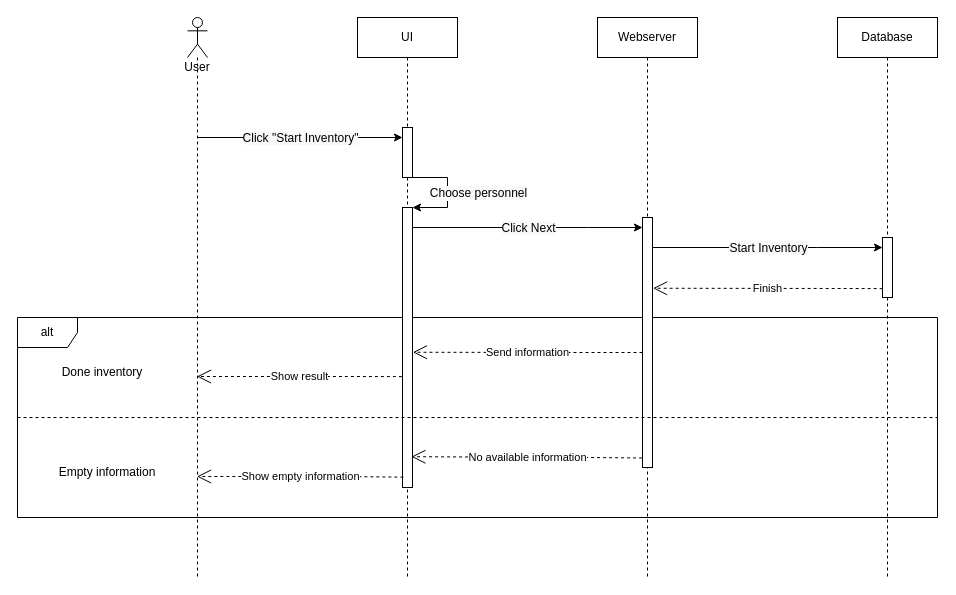
Above: page "SD-Inventory" (6 of 10) of docs/diagrams/Class Diagram.drawio in PhungThanhTu/assets-management-system (draw.io), before the change. Source tidied: cells renumbered, new cells numbered last; positions are measured from the earlier drawing's top-left corner, leaving out a move shared by most shapes. Both pictures are drawn from the tidied source at 100%, with x=0, y=0 at pixel (17, 17).
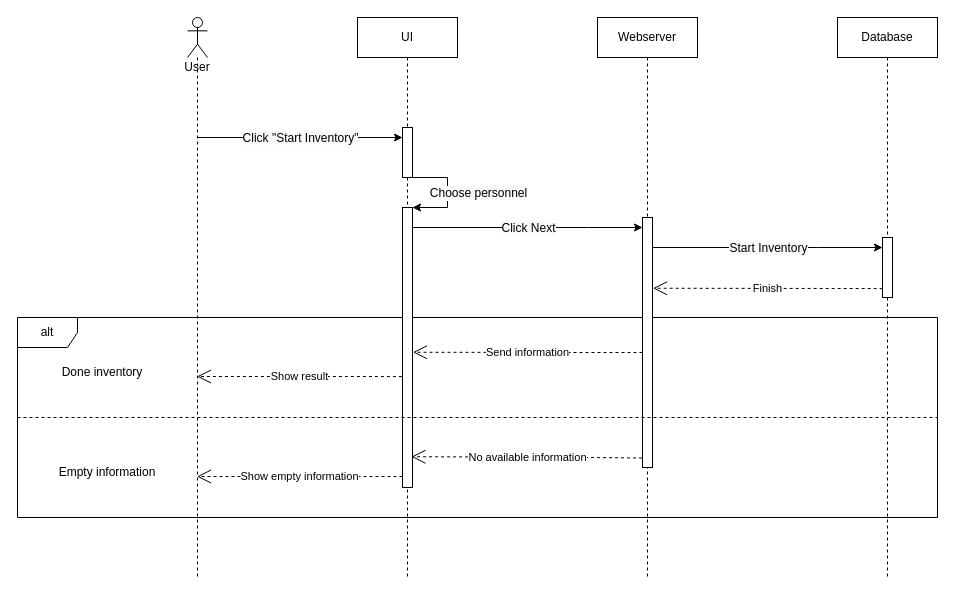
The same diagram, later.

Unchanged cells that the change refers to:
```xml
<mxCell id="8" style="html=1;points=[];perimeter=orthogonalPerimeter;" parent="6" vertex="1">
  <mxGeometry x="45" y="190" width="10" height="280" as="geometry" />
</mxCell>
```

Change to the diagram source:
```diff
@@
-    <mxCell id="17" value="Show empty information" style="endArrow=open;endSize=12;dashed=1;html=1;rounded=0;exitX=0.086;exitY=0.963;exitDx=0;exitDy=0;exitPerimeter=0;" parent="1" edge="1" source="8">
+    <mxCell id="17" value="Show empty information" style="endArrow=open;endSize=12;dashed=1;html=1;rounded=0;" parent="1" edge="1" source="8">
       <mxGeometry relative="1" as="geometry">
         <mxPoint x="179.5" y="459" as="targetPoint" />
         <Array as="points">
           <mxPoint x="321" y="459" />
         </Array>
       </mxGeometry>
     </mxCell>
```
